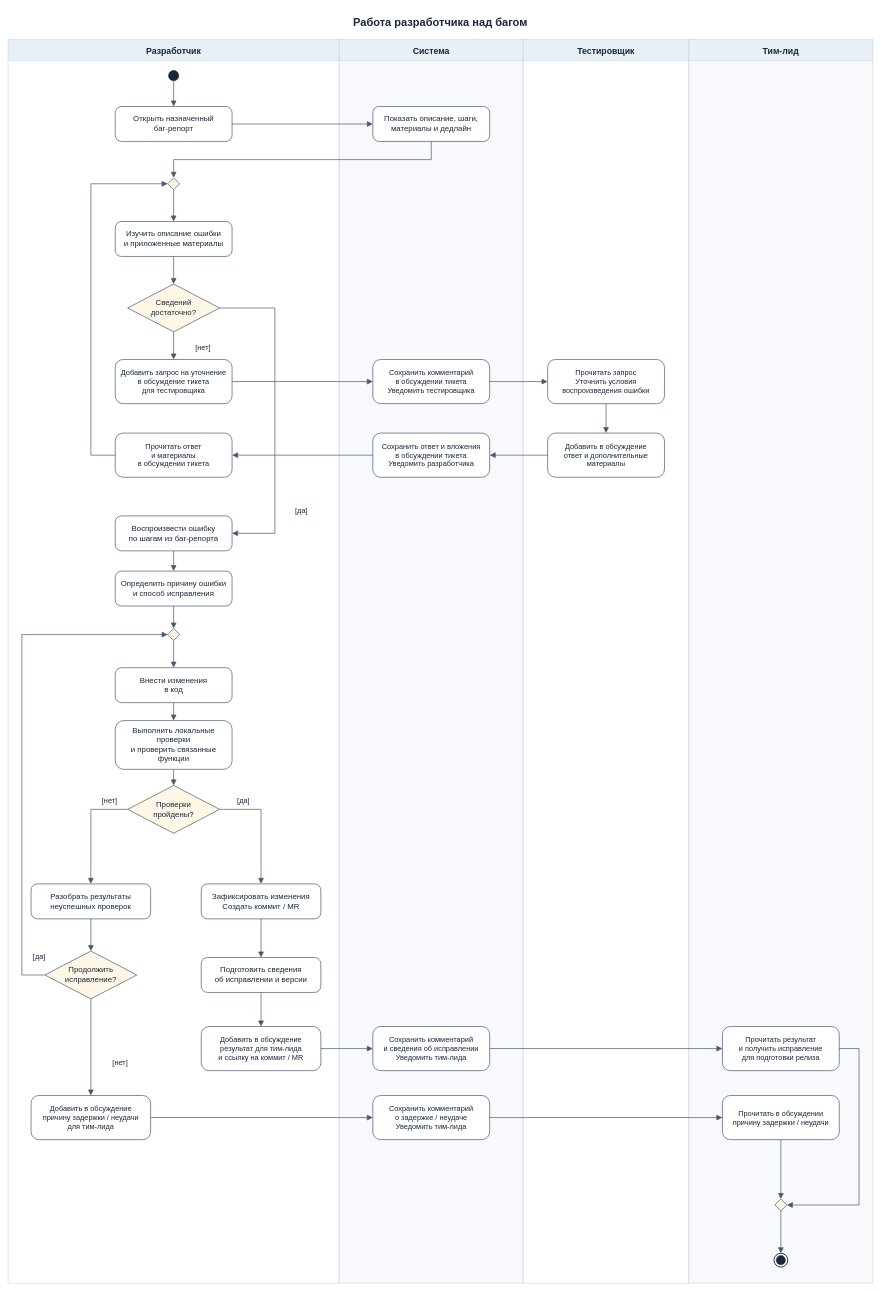
Above: page "6. Работа разработчика" (6 of 9) of Диаграммы активности.drawio in PrinceOfRaven/Bag-report-system (draw.io), before the change. Source tidied: cells renumbered, new cells numbered last; positions are measured from the earlier drawing's top-left corner, leaving out a move shared by most shapes. Both pictures are drawn from the tidied source at 46%, with x=0, y=0 at pixel (8, 8).
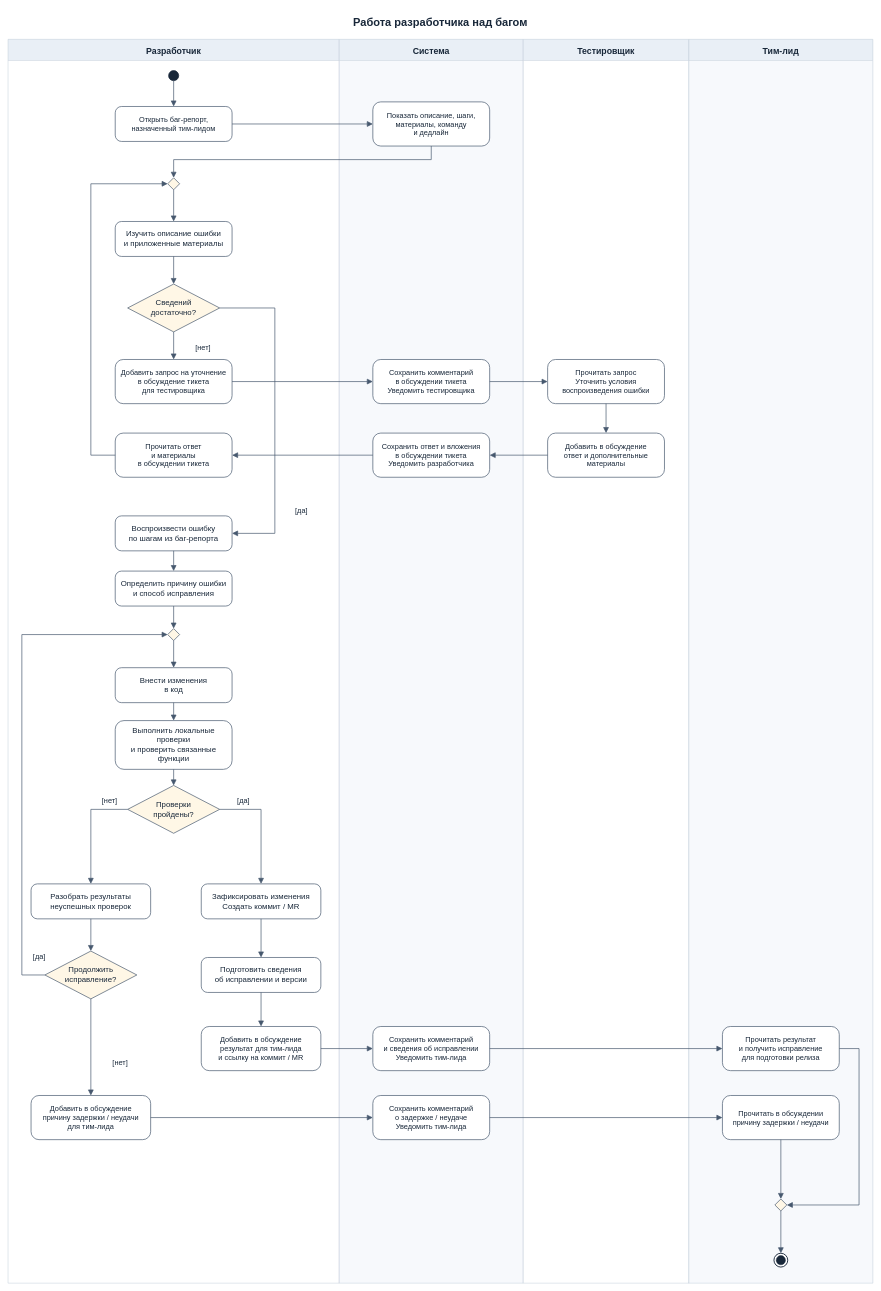
After the change.

Commit message (it also covers changes not shown here):
тим лид назначает разраба из своей команды на конкретный баг-репорт

Unchanged cells that the change refers to:
```xml
<mxCell id="3" value="Разработчик" style="swimlane;horizontal=1;startSize=46;rounded=0;html=0;fillColor=#E9EFF6;swimlaneFillColor=#FFFFFF;strokeColor=#BCC8D6;fontFamily=Arial;fontSize=19;fontStyle=1;fontColor=#182739;" parent="1" vertex="1">
  <mxGeometry y="68" width="720" height="2704" as="geometry" />
</mxCell>
<mxCell id="24" value="Система" style="swimlane;horizontal=1;startSize=46;rounded=0;html=0;fillColor=#E9EFF6;swimlaneFillColor=#F7F9FC;strokeColor=#BCC8D6;fontFamily=Arial;fontSize=19;fontStyle=1;fontColor=#182739;" parent="1" vertex="1">
  <mxGeometry x="720" y="68" width="400" height="2704" as="geometry" />
</mxCell>
```

Diff of the diagram source:
```diff
@@
-    <mxCell id="5" value="Открыть назначенный&#10;баг-репорт" style="html=0;whiteSpace=wrap;fontFamily=Arial;fontSize=17;fontColor=#182739;strokeColor=#46586E;strokeWidth=1.5;rounded=1;arcSize=18;fillColor=#FFFFFF;align=center;verticalAlign=middle;spacing=9;" parent="3" vertex="1">
+    <mxCell id="5" value="Открыть баг-репорт,&#10;назначенный тим-лидом" style="html=0;whiteSpace=wrap;fontFamily=Arial;fontSize=16;fontColor=#182739;strokeColor=#46586E;strokeWidth=1.5;rounded=1;arcSize=18;fillColor=#FFFFFF;align=center;verticalAlign=middle;spacing=9;" parent="3" vertex="1">
       <mxGeometry x="233" y="146" width="254" height="76" as="geometry" />
     </mxCell>
@@
-    <mxCell id="25" value="Показать описание, шаги,&#10;материалы и дедлайн" style="html=0;whiteSpace=wrap;fontFamily=Arial;fontSize=17;fontColor=#182739;strokeColor=#46586E;strokeWidth=1.5;rounded=1;arcSize=18;fillColor=#FFFFFF;align=center;verticalAlign=middle;spacing=9;" parent="24" vertex="1">
-      <mxGeometry x="73" y="146" width="254" height="76" as="geometry" />
+    <mxCell id="25" value="Показать описание, шаги,&#10;материалы, команду&#10;и дедлайн" style="html=0;whiteSpace=wrap;fontFamily=Arial;fontSize=16;fontColor=#182739;strokeColor=#46586E;strokeWidth=1.5;rounded=1;arcSize=18;fillColor=#FFFFFF;align=center;verticalAlign=middle;spacing=9;" parent="24" vertex="1">
+      <mxGeometry x="73" y="136" width="254" height="96" as="geometry" />
     </mxCell>
```
